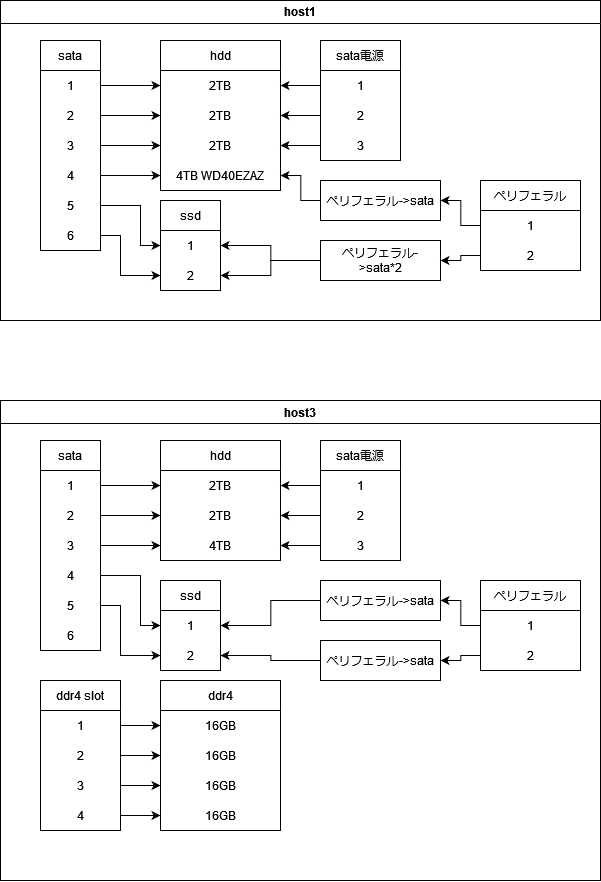
Before: config/hardware.drawio.png, a diagram exported from draw.io (kigawa01/kigawa01). Source tidied: cells renumbered, new cells last; positions are measured from the earlier drawing's top-left corner, leaving out a move shared by most shapes.
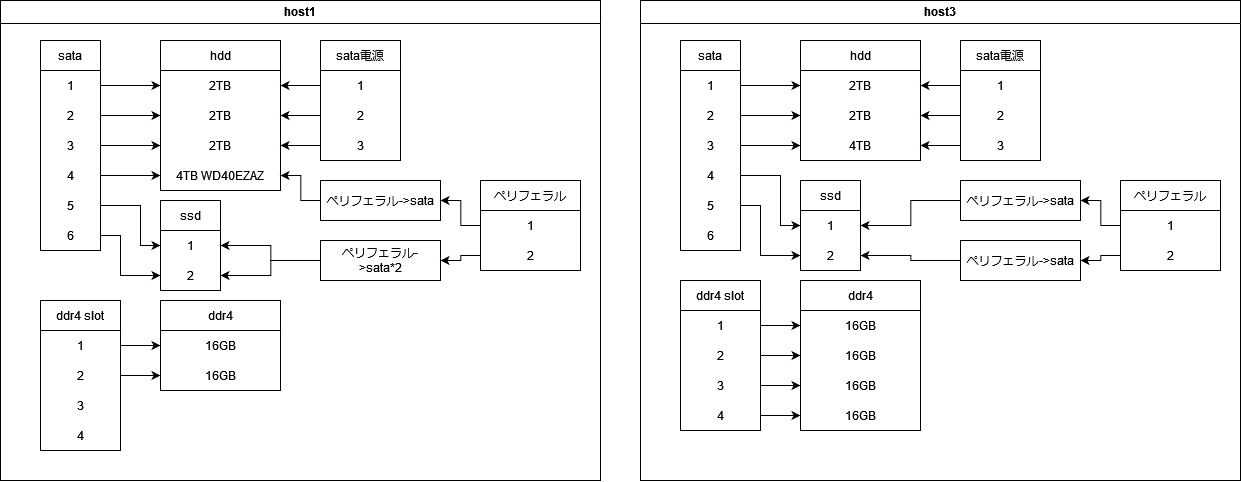
After the change.

Commit message:
hardware.drawio.png を更新します

Change to the diagram source:
```diff
@@ -3,7 +3,7 @@
     <mxCell id="0" />
     <mxCell id="1" parent="0" />
     <mxCell id="2" value="host1" style="swimlane;whiteSpace=wrap;html=1;" parent="1" vertex="1">
-      <mxGeometry width="600" height="320" as="geometry" />
+      <mxGeometry width="600" height="480" as="geometry" />
     </mxCell>
     <mxCell id="3" value="sata" style="swimlane;fontStyle=0;horizontal=1;startSize=30;whiteSpace=wrap;html=1;" parent="2" vertex="1">
       <mxGeometry x="40" y="40" width="60" height="210" as="geometry" />
@@ -127,8 +127,38 @@
     <mxCell id="40" style="edgeStyle=elbowEdgeStyle;rounded=0;jettySize=auto;html=1;exitX=0;exitY=0.5;exitDx=0;exitDy=0;entryX=1;entryY=0.5;entryDx=0;entryDy=0;" parent="2" edge="1" source="33" target="38">
       <mxGeometry relative="1" as="geometry" />
     </mxCell>
+    <mxCell id="93" value="ddr4 slot" style="swimlane;fontStyle=0;horizontal=1;startSize=30;whiteSpace=wrap;html=1;" parent="2" vertex="1">
+      <mxGeometry x="40" y="300" width="80" height="150" as="geometry" />
+    </mxCell>
+    <mxCell id="94" value="1" style="text;strokeColor=none;fillColor=none;align=center;verticalAlign=middle;spacingLeft=4;spacingRight=4;overflow=hidden;points=[[0,0.5],[1,0.5]];portConstraint=eastwest;whiteSpace=wrap;html=1;" parent="93" vertex="1">
+      <mxGeometry y="30" width="80" height="30" as="geometry" />
+    </mxCell>
+    <mxCell id="95" value="2" style="text;strokeColor=none;fillColor=none;align=center;verticalAlign=middle;spacingLeft=4;spacingRight=4;overflow=hidden;points=[[0,0.5],[1,0.5]];portConstraint=eastwest;whiteSpace=wrap;html=1;" parent="93" vertex="1">
+      <mxGeometry y="60" width="80" height="30" as="geometry" />
+    </mxCell>
+    <mxCell id="96" value="3" style="text;strokeColor=none;fillColor=none;align=center;verticalAlign=middle;spacingLeft=4;spacingRight=4;overflow=hidden;whiteSpace=wrap;html=1;" parent="93" vertex="1">
+      <mxGeometry y="90" width="80" height="30" as="geometry" />
+    </mxCell>
+    <mxCell id="97" value="4" style="text;strokeColor=none;fillColor=none;align=center;verticalAlign=middle;spacingLeft=4;spacingRight=4;overflow=hidden;whiteSpace=wrap;html=1;" parent="93" vertex="1">
+      <mxGeometry y="120" width="80" height="30" as="geometry" />
+    </mxCell>
+    <mxCell id="98" value="ddr4" style="swimlane;fontStyle=0;horizontal=1;startSize=30;whiteSpace=wrap;html=1;" parent="2" vertex="1">
+      <mxGeometry x="160" y="300" width="120" height="90" as="geometry" />
+    </mxCell>
+    <mxCell id="99" value="16GB" style="text;strokeColor=none;fillColor=none;align=center;verticalAlign=middle;spacingLeft=4;spacingRight=4;overflow=hidden;points=[[0,0.5],[1,0.5]];portConstraint=eastwest;whiteSpace=wrap;html=1;" parent="98" vertex="1">
+      <mxGeometry y="30" width="120" height="30" as="geometry" />
+    </mxCell>
+    <mxCell id="100" value="16GB" style="text;strokeColor=none;fillColor=none;align=center;verticalAlign=middle;spacingLeft=4;spacingRight=4;overflow=hidden;points=[[0,0.5],[1,0.5]];portConstraint=eastwest;whiteSpace=wrap;html=1;" parent="98" vertex="1">
+      <mxGeometry y="60" width="120" height="30" as="geometry" />
+    </mxCell>
+    <mxCell id="101" style="edgeStyle=orthogonalEdgeStyle;rounded=0;jettySize=auto;html=1;exitX=1;exitY=0.5;exitDx=0;exitDy=0;entryX=0;entryY=0.5;entryDx=0;entryDy=0;" parent="2" edge="1" source="94" target="99">
+      <mxGeometry relative="1" as="geometry" />
+    </mxCell>
+    <mxCell id="102" style="edgeStyle=orthogonalEdgeStyle;rounded=0;jettySize=auto;html=1;exitX=1;exitY=0.5;exitDx=0;exitDy=0;entryX=0;entryY=0.5;entryDx=0;entryDy=0;" parent="2" edge="1" source="95" target="100">
+      <mxGeometry relative="1" as="geometry" />
+    </mxCell>
     <mxCell id="41" value="host3" style="swimlane;whiteSpace=wrap;html=1;" parent="1" vertex="1">
-      <mxGeometry y="400" width="600" height="480" as="geometry" />
+      <mxGeometry x="640" width="600" height="480" as="geometry" />
     </mxCell>
     <mxCell id="42" value="sata" style="swimlane;fontStyle=0;horizontal=1;startSize=30;whiteSpace=wrap;html=1;" parent="41" vertex="1">
       <mxGeometry x="40" y="40" width="60" height="210" as="geometry" />
```
